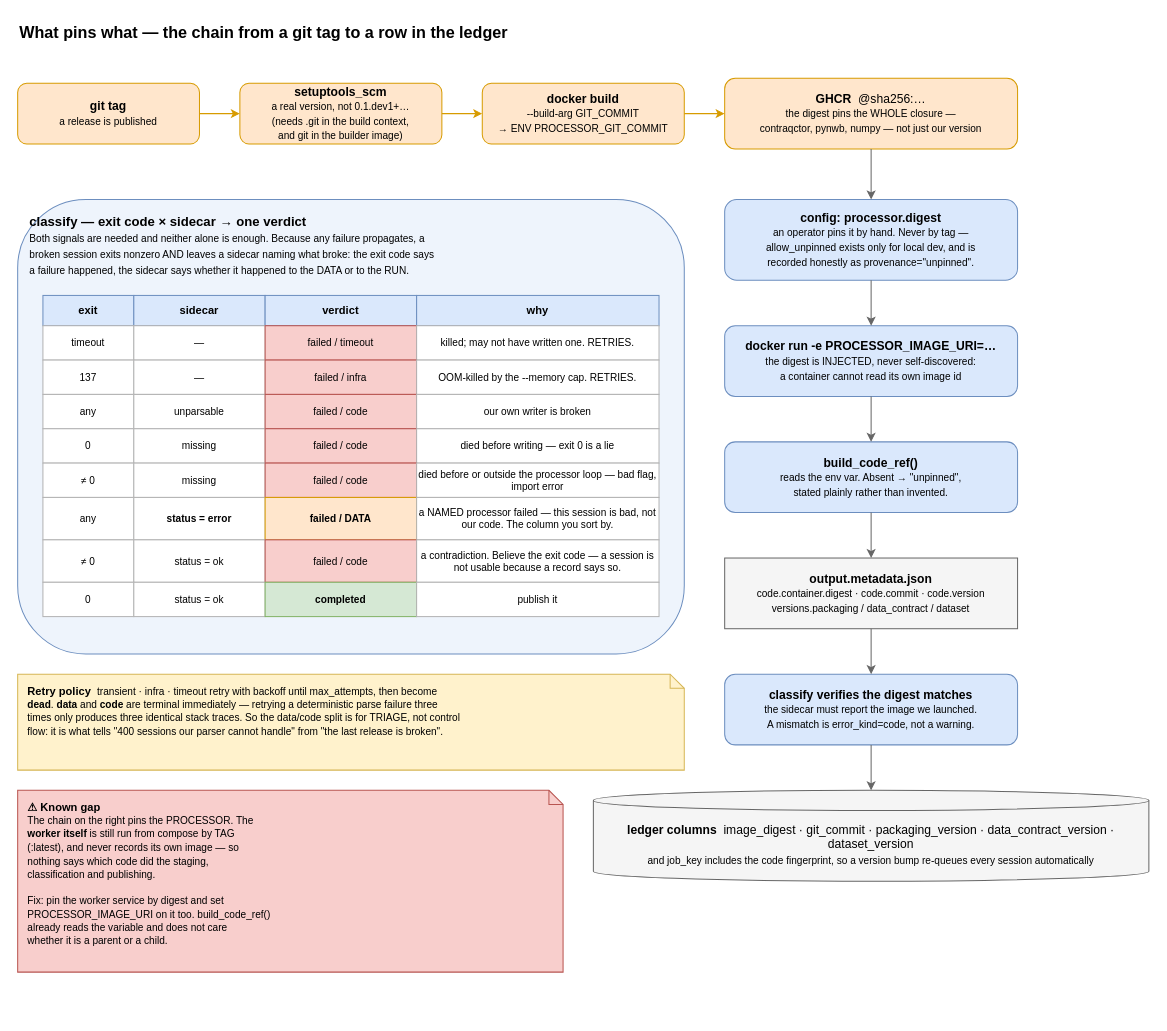
Before: page "3 · Provenance and verdicts" (3 of 3) of docs/diagrams/orchestration.drawio in AllenNeuralDynamics/Aind.Behavior.VrForaging.Packaging, a draw.io diagram. Source tidied: cells renumbered, new cells numbered last; positions are measured from the earlier drawing's top-left corner, leaving out a move shared by most shapes. Both pictures are drawn from the tidied source at 101%, with x=0, y=0 at pixel (17, 17).
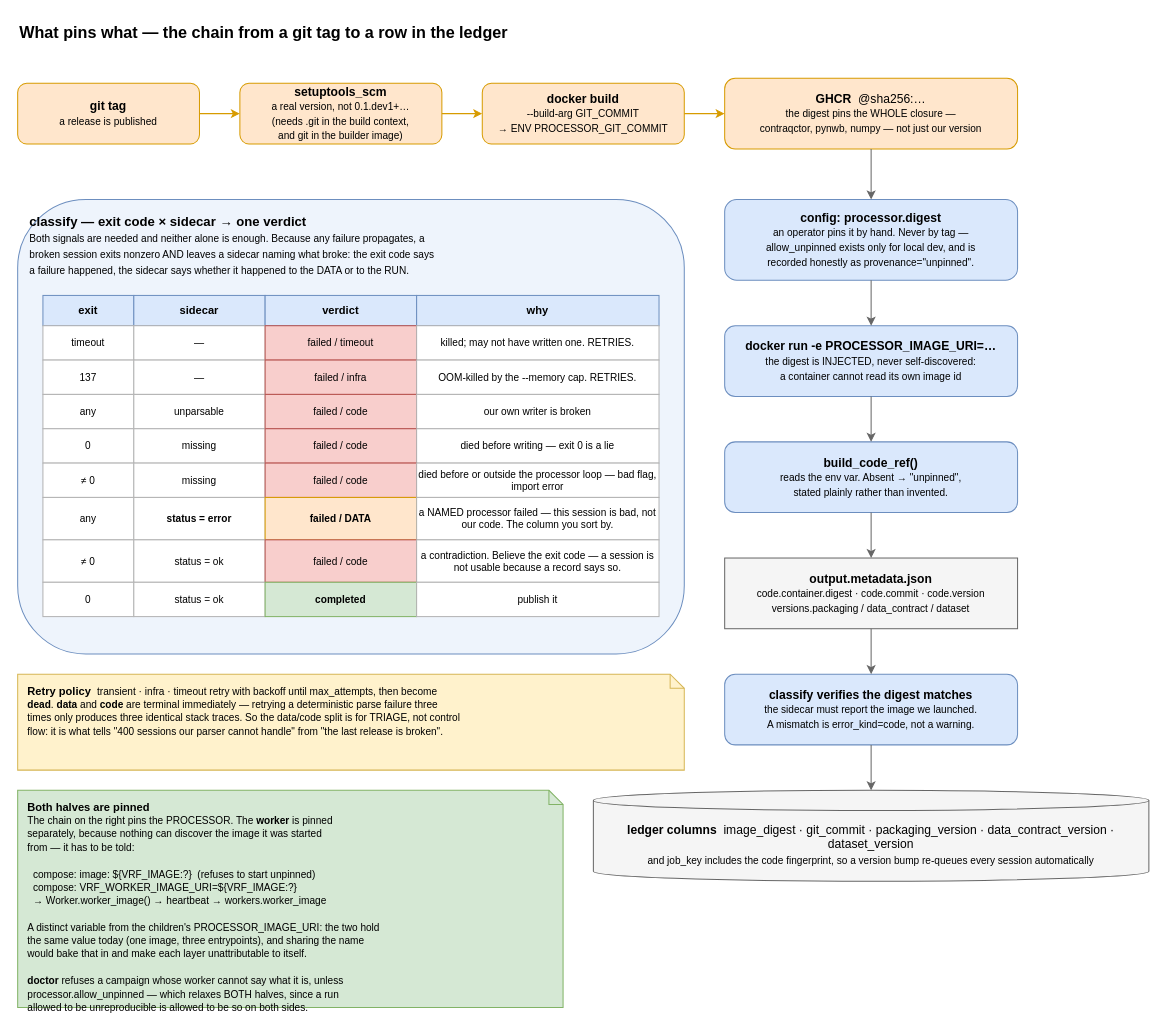
Above is the later version.

Commit message (it also covers changes not shown here):
Give the work volume an owner, and pin the worker too

Diff of the diagram source:
```diff
@@
-    <mxCell id="60" value="&lt;b&gt;⚠ Known gap&lt;/b&gt;&lt;br&gt;&lt;font style=&quot;font-size:10px&quot;&gt;The chain on the right pins the PROCESSOR. The&lt;br&gt;&lt;b&gt;worker itself&lt;/b&gt; is still run from compose by TAG&lt;br&gt;(:latest), and never records its own image — so&lt;br&gt;nothing says which code did the staging,&lt;br&gt;classification and publishing.&lt;br&gt;&lt;br&gt;Fix: pin the worker service by digest and set&lt;br&gt;PROCESSOR_IMAGE_URI on it too. build_code_ref()&lt;br&gt;already reads the variable and does not care&lt;br&gt;whether it is a parent or a child.&lt;/font&gt;" style="shape=note;whiteSpace=wrap;html=1;fillColor=#f8cecc;strokeColor=#b85450;align=left;verticalAlign=top;size=14;fontSize=11;spacingLeft=8;spacingTop=4;" parent="1" vertex="1">
-      <mxGeometry y="765" width="540" height="180" as="geometry" />
+    <mxCell id="60" value="&lt;b&gt;Both halves are pinned&lt;/b&gt;&lt;br&gt;&lt;font style=&quot;font-size:10px&quot;&gt;The chain on the right pins the PROCESSOR. The &lt;b&gt;worker&lt;/b&gt; is pinned&lt;br&gt;separately, because nothing can discover the image it was started&lt;br&gt;from — it has to be told:&lt;br&gt;&lt;br&gt;&amp;#160;&amp;#160;compose: image: ${VRF_IMAGE:?} &amp;#160;(refuses to start unpinned)&lt;br&gt;&amp;#160;&amp;#160;compose: VRF_WORKER_IMAGE_URI=${VRF_IMAGE:?}&lt;br&gt;&amp;#160;&amp;#160;&amp;#8594; Worker.worker_image() &amp;#8594; heartbeat &amp;#8594; workers.worker_image&lt;br&gt;&lt;br&gt;A distinct variable from the children's PROCESSOR_IMAGE_URI: the two hold&lt;br&gt;the same value today (one image, three entrypoints), and sharing the name&lt;br&gt;would bake that in and make each layer unattributable to itself.&lt;br&gt;&lt;br&gt;&lt;b&gt;doctor&lt;/b&gt; refuses a campaign whose worker cannot say what it is, unless&lt;br&gt;processor.allow_unpinned &amp;#8212; which relaxes BOTH halves, since a run&lt;br&gt;allowed to be unreproducible is allowed to be so on both sides.&lt;/font&gt;" style="shape=note;whiteSpace=wrap;html=1;fillColor=#d5e8d4;strokeColor=#82b366;align=left;verticalAlign=top;size=14;fontSize=11;spacingLeft=8;spacingTop=4;" parent="1" vertex="1">
+      <mxGeometry y="765" width="540" height="215" as="geometry" />
     </mxCell>
```
